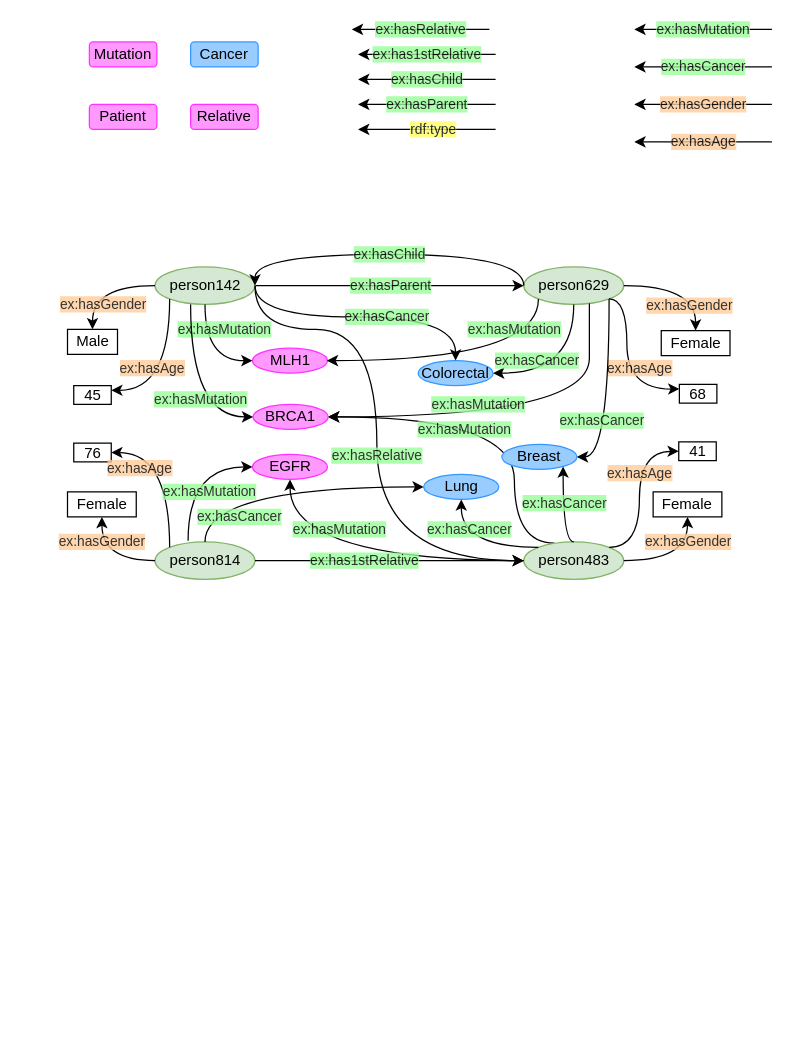
Before: Untitled Diagram.drawio in jason-huanghao/drawio_graphs, a draw.io diagram. Source tidied: cells renumbered, new cells numbered last; positions are measured from the earlier drawing's top-left corner, leaving out a move shared by most shapes. Both pictures are drawn from the tidied source at 125%, with x=0, y=0 at pixel (66, 29).
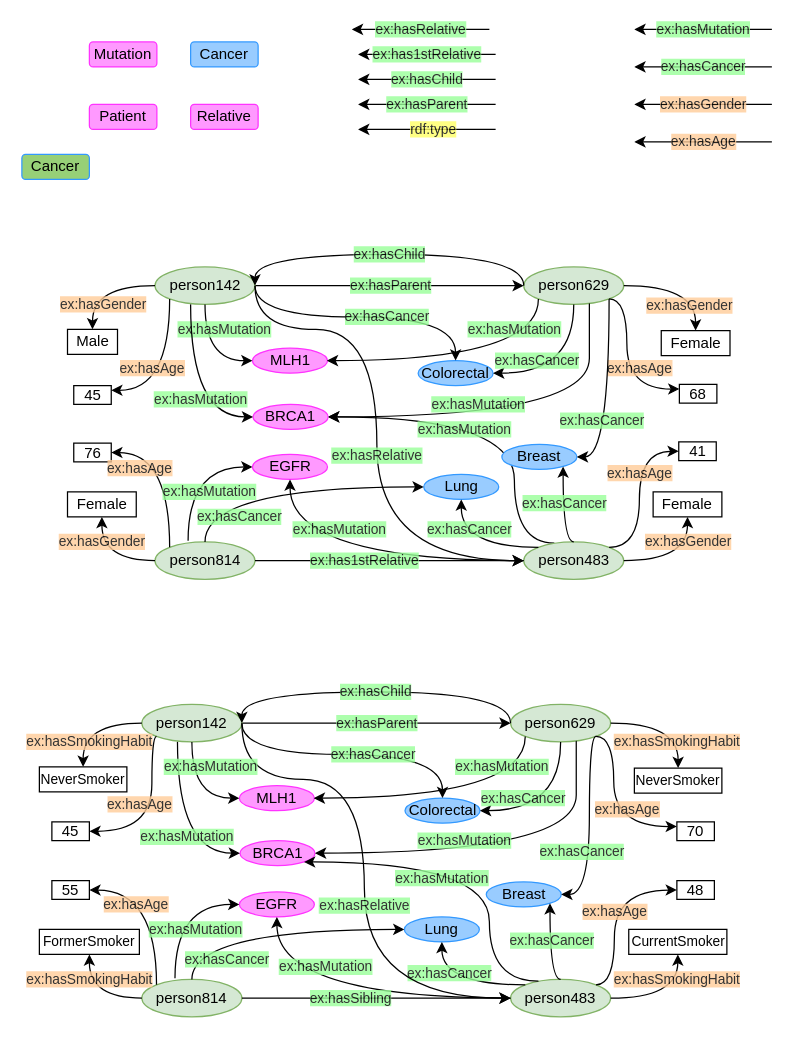
Above is the later version.

Diff of the diagram source:
```diff
@@
+    <mxCell id="58" value="Cancer" style="rounded=1;whiteSpace=wrap;html=1;fillColor=#97D077;strokeColor=#3399FF;" parent="1" vertex="1">
+      <mxGeometry x="-36" y="100" width="54" height="20" as="geometry" />
+    </mxCell>
+    <mxCell id="59" value="ex:hasParent" style="edgeStyle=orthogonalEdgeStyle;rounded=0;jettySize=auto;html=1;exitX=1;exitY=0.5;exitDx=0;exitDy=0;curved=1;labelBackgroundColor=#99FF99;entryX=0;entryY=0.5;entryDx=0;entryDy=0;textOpacity=80;" parent="1" edge="1" source="60" target="61">
+      <mxGeometry relative="1" as="geometry">
+        <Array as="points">
+          <mxPoint x="245" y="555" />
+          <mxPoint x="245" y="555" />
+        </Array>
+      </mxGeometry>
+    </mxCell>
+    <mxCell id="60" value="person142" style="ellipse;whiteSpace=wrap;html=1;fillColor=#d5e8d4;strokeColor=#82b366;" parent="1" vertex="1">
+      <mxGeometry x="60" y="540" width="80" height="30" as="geometry" />
+    </mxCell>
+    <mxCell id="61" value="person629" style="ellipse;whiteSpace=wrap;html=1;fillColor=#d5e8d4;strokeColor=#82b366;" parent="1" vertex="1">
+      <mxGeometry x="355" y="540" width="80" height="30" as="geometry" />
+    </mxCell>
+    <mxCell id="62" value="NeverSmoker" style="rounded=0;whiteSpace=wrap;html=1;fontSize=11;" parent="1" vertex="1">
+      <mxGeometry x="-22" y="590" width="70" height="20" as="geometry" />
+    </mxCell>
+    <mxCell id="63" value="45" style="rounded=0;whiteSpace=wrap;html=1;" parent="1" vertex="1">
+      <mxGeometry x="-12" y="634" width="30" height="15" as="geometry" />
+    </mxCell>
+    <mxCell id="64" value="&lt;span class=&quot;notion-enable-hover&quot; style=&quot;font-size: 11px;&quot;&gt;NeverSmoker&lt;/span&gt;" style="rounded=0;whiteSpace=wrap;html=1;fontSize=11;" parent="1" vertex="1">
+      <mxGeometry x="454" y="591" width="70" height="20" as="geometry" />
+    </mxCell>
+    <mxCell id="65" value="BRCA1" style="ellipse;whiteSpace=wrap;html=1;fillColor=#FF99FF;strokeColor=#FF33FF;" parent="1" vertex="1">
+      <mxGeometry x="138.5" y="649" width="60" height="20" as="geometry" />
+    </mxCell>
+    <mxCell id="66" value="MLH1" style="ellipse;whiteSpace=wrap;html=1;fillColor=#FF99FF;strokeColor=#FF33FF;" parent="1" vertex="1">
+      <mxGeometry x="138" y="605" width="60" height="20" as="geometry" />
+    </mxCell>
+    <mxCell id="67" value="person483" style="ellipse;whiteSpace=wrap;html=1;fillColor=#d5e8d4;strokeColor=#82b366;" parent="1" vertex="1">
+      <mxGeometry x="355" y="760" width="80" height="30" as="geometry" />
+    </mxCell>
+    <mxCell id="68" value="person814" style="ellipse;whiteSpace=wrap;html=1;fillColor=#d5e8d4;strokeColor=#82b366;" parent="1" vertex="1">
+      <mxGeometry x="60" y="760" width="80" height="30" as="geometry" />
+    </mxCell>
+    <mxCell id="69" value="70" style="rounded=0;whiteSpace=wrap;html=1;" parent="1" vertex="1">
+      <mxGeometry x="488" y="634" width="30" height="15" as="geometry" />
+    </mxCell>
+    <mxCell id="70" value="Lung" style="ellipse;whiteSpace=wrap;html=1;fillColor=#99CCFF;strokeColor=#3399FF;" parent="1" vertex="1">
+      <mxGeometry x="270" y="710" width="60" height="20" as="geometry" />
+    </mxCell>
+    <mxCell id="71" value="Breast" style="ellipse;whiteSpace=wrap;html=1;fillColor=#99CCFF;strokeColor=#3399FF;" parent="1" vertex="1">
+      <mxGeometry x="335.5" y="682" width="60" height="20" as="geometry" />
+    </mxCell>
+    <mxCell id="72" value="Colorectal" style="ellipse;whiteSpace=wrap;html=1;fillColor=#99CCFF;strokeColor=#3399FF;" parent="1" vertex="1">
+      <mxGeometry x="270.5" y="615" width="60" height="20" as="geometry" />
+    </mxCell>
+    <mxCell id="73" value="EGFR" style="ellipse;whiteSpace=wrap;html=1;fillColor=#FF99FF;strokeColor=#FF33FF;" parent="1" vertex="1">
+      <mxGeometry x="138" y="690" width="60" height="20" as="geometry" />
+    </mxCell>
+    <mxCell id="74" value="ex:hasChild" style="edgeStyle=orthogonalEdgeStyle;rounded=0;jettySize=auto;html=1;exitX=0;exitY=0.5;exitDx=0;exitDy=0;curved=1;labelBackgroundColor=#99FF99;entryX=1;entryY=0.5;entryDx=0;entryDy=0;textOpacity=80;" parent="1" edge="1" source="61" target="60">
+      <mxGeometry relative="1" as="geometry">
+        <Array as="points">
+          <mxPoint x="355.5" y="530" />
+          <mxPoint x="140.5" y="530" />
+        </Array>
+      </mxGeometry>
+    </mxCell>
+    <mxCell id="75" value="&lt;span style=&quot;&quot;&gt;ex:hasAge&lt;/span&gt;" style="edgeStyle=orthogonalEdgeStyle;rounded=0;jettySize=auto;html=1;exitX=1;exitY=1;exitDx=0;exitDy=0;curved=1;labelBackgroundColor=#FFCC99;entryX=0;entryY=0.25;entryDx=0;entryDy=0;textOpacity=80;" parent="1" edge="1" source="61" target="69">
+      <mxGeometry x="0.07" y="10" relative="1" as="geometry">
+        <Array as="points">
+          <mxPoint x="437.5" y="566" />
+          <mxPoint x="437.5" y="638" />
+        </Array>
+      </mxGeometry>
+    </mxCell>
+    <mxCell id="76" value="&lt;span style=&quot;&quot;&gt;ex:hasSmokingHabit&lt;/span&gt;" style="edgeStyle=orthogonalEdgeStyle;rounded=0;jettySize=auto;html=1;curved=1;labelBackgroundColor=#FFCC99;textOpacity=80;exitX=1;exitY=0.5;exitDx=0;exitDy=0;entryX=0.5;entryY=0;entryDx=0;entryDy=0;" parent="1" edge="1" source="61" target="64">
+      <mxGeometry x="0.53" y="-1" relative="1" as="geometry">
+        <Array as="points">
+          <mxPoint x="489" y="555" />
+        </Array>
+      </mxGeometry>
+    </mxCell>
+    <mxCell id="77" value="&lt;span class=&quot;notion-enable-hover&quot; style=&quot;font-size: 11px;&quot;&gt;CurrentSmoker&lt;/span&gt;" style="rounded=0;whiteSpace=wrap;html=1;fontSize=11;" parent="1" vertex="1">
+      <mxGeometry x="449.5" y="720" width="78.5" height="20" as="geometry" />
+    </mxCell>
+    <mxCell id="78" value="48" style="rounded=0;whiteSpace=wrap;html=1;" parent="1" vertex="1">
+      <mxGeometry x="488" y="681" width="30" height="15" as="geometry" />
+    </mxCell>
+    <mxCell id="79" value="&lt;span style=&quot;&quot;&gt;ex:hasSmokingHabit&lt;/span&gt;" style="edgeStyle=orthogonalEdgeStyle;rounded=0;jettySize=auto;html=1;exitX=1;exitY=0.5;exitDx=0;exitDy=0;curved=1;labelBackgroundColor=#FFCC99;entryX=0.5;entryY=1;entryDx=0;entryDy=0;textOpacity=80;" parent="1" edge="1" source="67" target="77">
+      <mxGeometry x="0.55" y="1" relative="1" as="geometry" />
+    </mxCell>
+    <mxCell id="80" value="&lt;span style=&quot;&quot;&gt;ex:hasAge&lt;/span&gt;" style="edgeStyle=orthogonalEdgeStyle;rounded=0;jettySize=auto;html=1;exitX=1;exitY=0;exitDx=0;exitDy=0;curved=1;labelBackgroundColor=#FFCC99;entryX=0;entryY=0.5;entryDx=0;entryDy=0;textOpacity=80;" parent="1" edge="1" source="67" target="78">
+      <mxGeometry x="0.04" relative="1" as="geometry">
+        <Array as="points">
+          <mxPoint x="438" y="765" />
+          <mxPoint x="438" y="688" />
+        </Array>
+      </mxGeometry>
+    </mxCell>
+    <mxCell id="81" value="&lt;span class=&quot;notion-enable-hover&quot; style=&quot;font-size: 11px;&quot;&gt;FormerSmoker&lt;/span&gt;" style="rounded=0;whiteSpace=wrap;html=1;fontSize=11;" parent="1" vertex="1">
+      <mxGeometry x="-22" y="720" width="80" height="20" as="geometry" />
+    </mxCell>
+    <mxCell id="82" value="55" style="rounded=0;whiteSpace=wrap;html=1;" parent="1" vertex="1">
+      <mxGeometry x="-12" y="681" width="30" height="15" as="geometry" />
+    </mxCell>
+    <mxCell id="83" value="&lt;span style=&quot;&quot;&gt;ex:hasAge&lt;/span&gt;" style="edgeStyle=orthogonalEdgeStyle;rounded=0;jettySize=auto;html=1;exitX=0;exitY=0;exitDx=0;exitDy=0;curved=1;labelBackgroundColor=#FFCC99;entryX=1;entryY=0.5;entryDx=0;entryDy=0;textOpacity=80;" parent="1" edge="1" source="68" target="82">
+      <mxGeometry x="0.43" y="11" relative="1" as="geometry">
+        <Array as="points">
+          <mxPoint x="71.5" y="689" />
+        </Array>
+      </mxGeometry>
+    </mxCell>
+    <mxCell id="84" value="&lt;span style=&quot;&quot;&gt;ex:hasSmokingHabit&lt;/span&gt;" style="edgeStyle=orthogonalEdgeStyle;rounded=0;jettySize=auto;html=1;exitX=0;exitY=0.5;exitDx=0;exitDy=0;curved=1;labelBackgroundColor=#FFCC99;entryX=0.5;entryY=1;entryDx=0;entryDy=0;textOpacity=80;" parent="1" edge="1" source="68" target="81">
+      <mxGeometry x="0.48" relative="1" as="geometry" />
+    </mxCell>
+    <mxCell id="85" value="ex:hasMutation" style="edgeStyle=orthogonalEdgeStyle;rounded=0;jettySize=auto;html=1;exitX=0;exitY=1;exitDx=0;exitDy=0;curved=1;labelBackgroundColor=#99FF99;entryX=0.992;entryY=0.5;entryDx=0;entryDy=0;textOpacity=80;entryPerimeter=0;" parent="1" edge="1" source="61" target="66">
+      <mxGeometry x="-0.78" y="-19" relative="1" as="geometry">
+        <Array as="points">
+          <mxPoint x="366.5" y="615" />
+        </Array>
+      </mxGeometry>
+    </mxCell>
+    <mxCell id="86" value="ex:hasMutation" style="edgeStyle=orthogonalEdgeStyle;rounded=0;jettySize=auto;html=1;curved=1;labelBackgroundColor=#99FF99;entryX=1;entryY=0.5;entryDx=0;entryDy=0;textOpacity=80;" parent="1" edge="1" target="65">
+      <mxGeometry x="0.22" y="-10" relative="1" as="geometry">
+        <mxPoint x="407.5" y="570" as="sourcePoint" />
+        <Array as="points">
+          <mxPoint x="407.5" y="566" />
+          <mxPoint x="407.5" y="660" />
+        </Array>
+      </mxGeometry>
+    </mxCell>
+    <mxCell id="87" value="ex:hasCancer" style="edgeStyle=orthogonalEdgeStyle;rounded=0;jettySize=auto;html=1;exitX=0.5;exitY=1;exitDx=0;exitDy=0;curved=1;labelBackgroundColor=#99FF99;textOpacity=80;entryX=1;entryY=0.5;entryDx=0;entryDy=0;" parent="1" edge="1" source="61" target="72">
+      <mxGeometry x="0.44" y="-10" relative="1" as="geometry">
+        <Array as="points">
+          <mxPoint x="395.5" y="625" />
+        </Array>
+        <mxPoint x="1" as="offset" />
+      </mxGeometry>
+    </mxCell>
+    <mxCell id="88" value="ex:hasCancer" style="edgeStyle=orthogonalEdgeStyle;rounded=0;jettySize=auto;html=1;exitX=0.5;exitY=0;exitDx=0;exitDy=0;curved=1;labelBackgroundColor=#99FF99;textOpacity=80;" parent="1" edge="1" source="67" target="71">
+      <mxGeometry x="0.19" y="-1" relative="1" as="geometry">
+        <Array as="points">
+          <mxPoint x="386.5" y="760" />
+        </Array>
+        <mxPoint y="1" as="offset" />
+      </mxGeometry>
+    </mxCell>
+    <mxCell id="89" value="ex:hasMutation" style="edgeStyle=orthogonalEdgeStyle;rounded=0;jettySize=auto;html=1;exitX=0.331;exitY=-0.033;exitDx=0;exitDy=0;curved=1;labelBackgroundColor=#99FF99;entryX=0;entryY=0.5;entryDx=0;entryDy=0;textOpacity=80;exitPerimeter=0;" parent="1" edge="1" source="68" target="73">
+      <mxGeometry x="0.38" y="-20" relative="1" as="geometry">
+        <Array as="points">
+          <mxPoint x="86.5" y="700" />
+        </Array>
+      </mxGeometry>
+    </mxCell>
+    <mxCell id="90" value="ex:hasCancer" style="edgeStyle=orthogonalEdgeStyle;rounded=0;jettySize=auto;html=1;exitX=0.5;exitY=0;exitDx=0;exitDy=0;curved=1;labelBackgroundColor=#99FF99;entryX=0;entryY=0.5;entryDx=0;entryDy=0;textOpacity=80;" parent="1" edge="1" source="68" target="70">
+      <mxGeometry x="-0.35" y="-24" relative="1" as="geometry">
+        <Array as="points">
+          <mxPoint x="100" y="720" />
+        </Array>
+      </mxGeometry>
+    </mxCell>
+    <mxCell id="91" value="ex:hasMutation" style="edgeStyle=orthogonalEdgeStyle;rounded=0;jettySize=auto;html=1;exitX=0;exitY=0.5;exitDx=0;exitDy=0;curved=1;labelBackgroundColor=#99FF99;entryX=0.5;entryY=1;entryDx=0;entryDy=0;textOpacity=80;" parent="1" edge="1" source="67" target="73">
+      <mxGeometry x="0.18" y="-25" relative="1" as="geometry">
+        <mxPoint x="1" as="offset" />
+      </mxGeometry>
+    </mxCell>
+    <mxCell id="92" value="ex:hasCancer" style="edgeStyle=orthogonalEdgeStyle;rounded=0;jettySize=auto;html=1;exitX=1;exitY=1;exitDx=0;exitDy=0;curved=1;labelBackgroundColor=#99FF99;entryX=1;entryY=0.5;entryDx=0;entryDy=0;textOpacity=80;" parent="1" edge="1" source="61" target="71">
+      <mxGeometry x="0.27" y="-6" relative="1" as="geometry">
+        <Array as="points">
+          <mxPoint x="418" y="566" />
+          <mxPoint x="418" y="692" />
+        </Array>
+      </mxGeometry>
+    </mxCell>
+    <mxCell id="93" value="ex:hasCancer" style="edgeStyle=orthogonalEdgeStyle;rounded=0;jettySize=auto;html=1;exitX=0;exitY=0;exitDx=0;exitDy=0;curved=1;labelBackgroundColor=#99FF99;entryX=0.5;entryY=1;entryDx=0;entryDy=0;textOpacity=80;" parent="1" edge="1" source="67" target="70">
+      <mxGeometry x="0.51" y="-6" relative="1" as="geometry" />
+    </mxCell>
+    <mxCell id="94" value="ex:hasSibling" style="edgeStyle=orthogonalEdgeStyle;rounded=0;jettySize=auto;html=1;exitX=1;exitY=0.5;exitDx=0;exitDy=0;curved=1;labelBackgroundColor=#99FF99;entryX=0;entryY=0.5;entryDx=0;entryDy=0;textOpacity=80;" parent="1" edge="1" source="68" target="67">
+      <mxGeometry x="-0.19" relative="1" as="geometry" />
+    </mxCell>
+    <mxCell id="95" value="&lt;span style=&quot;&quot;&gt;ex:hasSmokingHabit&lt;/span&gt;" style="edgeStyle=orthogonalEdgeStyle;rounded=0;jettySize=auto;html=1;exitX=0;exitY=0.5;exitDx=0;exitDy=0;curved=1;labelBackgroundColor=#FFCC99;entryX=0.5;entryY=0;entryDx=0;entryDy=0;textOpacity=80;" parent="1" edge="1" source="60" target="62">
+      <mxGeometry x="0.51" y="5" relative="1" as="geometry" />
+    </mxCell>
+    <mxCell id="96" value="ex:hasRelative" style="edgeStyle=orthogonalEdgeStyle;rounded=0;jettySize=auto;html=1;exitX=1;exitY=0.5;exitDx=0;exitDy=0;curved=1;labelBackgroundColor=#99FF99;entryX=0;entryY=0.5;entryDx=0;entryDy=0;textOpacity=80;" parent="1" edge="1" source="60" target="67">
+      <mxGeometry x="0.12" relative="1" as="geometry">
+        <Array as="points">
+          <mxPoint x="140" y="600" />
+          <mxPoint x="238" y="600" />
+          <mxPoint x="238" y="775" />
+        </Array>
+      </mxGeometry>
+    </mxCell>
+    <mxCell id="97" value="ex:hasCancer" style="edgeStyle=orthogonalEdgeStyle;rounded=0;jettySize=auto;html=1;exitX=1;exitY=0.5;exitDx=0;exitDy=0;curved=1;labelBackgroundColor=#99FF99;entryX=0.5;entryY=0;entryDx=0;entryDy=0;textOpacity=80;" parent="1" edge="1" source="60" target="72">
+      <mxGeometry x="0.18" relative="1" as="geometry">
+        <Array as="points">
+          <mxPoint x="140.5" y="580" />
+          <mxPoint x="300.5" y="580" />
+        </Array>
+      </mxGeometry>
+    </mxCell>
+    <mxCell id="98" value="ex:hasMutation" style="edgeStyle=orthogonalEdgeStyle;rounded=0;jettySize=auto;html=1;exitX=0.356;exitY=1;exitDx=0;exitDy=0;curved=1;labelBackgroundColor=#99FF99;entryX=0;entryY=0.5;entryDx=0;entryDy=0;textOpacity=80;exitPerimeter=0;" parent="1" edge="1" source="60" target="65">
+      <mxGeometry x="0.09" y="8" relative="1" as="geometry" />
+    </mxCell>
+    <mxCell id="99" value="ex:hasMutation" style="edgeStyle=orthogonalEdgeStyle;rounded=0;jettySize=auto;html=1;exitX=0.5;exitY=1;exitDx=0;exitDy=0;curved=1;labelBackgroundColor=#99FF99;entryX=0;entryY=0.5;entryDx=0;entryDy=0;textOpacity=80;" parent="1" edge="1" source="60" target="66">
+      <mxGeometry x="-0.52" y="15" relative="1" as="geometry" />
+    </mxCell>
+    <mxCell id="100" value="ex:hasMutation" style="edgeStyle=orthogonalEdgeStyle;rounded=0;jettySize=auto;html=1;exitX=0.278;exitY=0.049;exitDx=0;exitDy=0;curved=1;labelBackgroundColor=#99FF99;entryX=1;entryY=1;entryDx=0;entryDy=0;textOpacity=80;exitPerimeter=0;" parent="1" edge="1" source="67" target="65">
+      <mxGeometry x="0.22" y="13" relative="1" as="geometry">
+        <Array as="points">
+          <mxPoint x="338" y="762" />
+          <mxPoint x="338" y="667" />
+        </Array>
+      </mxGeometry>
+    </mxCell>
+    <mxCell id="101" value="&lt;span style=&quot;&quot;&gt;ex:hasAge&lt;/span&gt;" style="edgeStyle=orthogonalEdgeStyle;rounded=0;jettySize=auto;html=1;exitX=0;exitY=1;exitDx=0;exitDy=0;curved=1;labelBackgroundColor=#FFCC99;entryX=1;entryY=0.5;entryDx=0;entryDy=0;textOpacity=80;" parent="1" edge="1" source="60" target="63">
+      <mxGeometry x="-0.11" y="-10" relative="1" as="geometry">
+        <Array as="points">
+          <mxPoint x="68" y="566" />
+          <mxPoint x="68" y="642" />
+        </Array>
+      </mxGeometry>
+    </mxCell>
```
